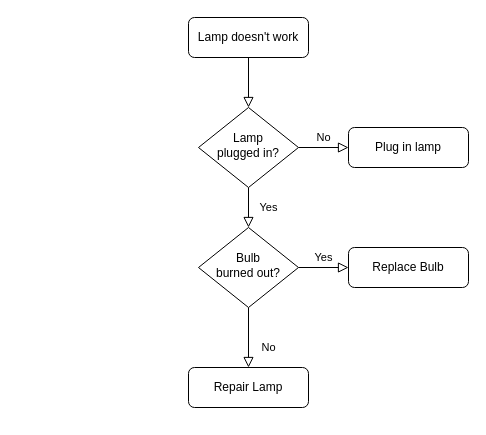
This is public/NextAuthFlow.drawio from designly1/next-auth-example, a draw.io file, before an edit. Source tidied: cells renumbered, new cells numbered last; positions are measured from the earlier drawing's top-left corner, leaving out a move shared by most shapes. Both pictures are drawn from the tidied source at 100%, with x=0, y=0 at pixel (188, 17).
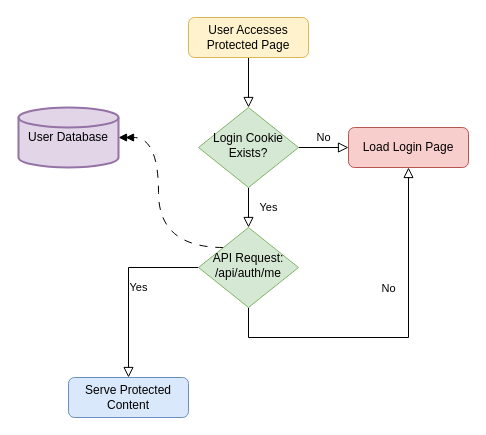
Above is the later version.

What changed in the source:
```diff
@@
 <mxGraphModel>
   <root>
     <mxCell id="0" />
     <mxCell id="1" parent="0" />
     <mxCell id="2" style="rounded=0;html=1;jettySize=auto;fontSize=11;endArrow=block;endFill=0;endSize=8;strokeWidth=1;shadow=0;labelBackgroundColor=none;edgeStyle=orthogonalEdgeStyle;" parent="1" edge="1" source="3" target="6">
       <mxGeometry relative="1" as="geometry" />
     </mxCell>
-    <mxCell id="3" value="Lamp doesn't work" style="rounded=1;whiteSpace=wrap;html=1;fontSize=12;glass=0;strokeWidth=1;shadow=0;" parent="1" vertex="1">
+    <mxCell id="3" value="User Accesses Protected Page" style="rounded=1;whiteSpace=wrap;html=1;fontSize=12;glass=0;strokeWidth=1;shadow=0;fillColor=#fff2cc;strokeColor=#d6b656;" parent="1" vertex="1">
       <mxGeometry width="120" height="40" as="geometry" />
     </mxCell>
     <mxCell id="4" value="Yes" style="rounded=0;html=1;jettySize=auto;fontSize=11;endArrow=block;endFill=0;endSize=8;strokeWidth=1;shadow=0;labelBackgroundColor=none;edgeStyle=orthogonalEdgeStyle;" parent="1" edge="1" source="6" target="10">
       <mxGeometry y="20" relative="1" as="geometry" />
     </mxCell>
     <mxCell id="5" value="No" style="edgeStyle=orthogonalEdgeStyle;rounded=0;html=1;jettySize=auto;fontSize=11;endArrow=block;endFill=0;endSize=8;strokeWidth=1;shadow=0;labelBackgroundColor=none;" parent="1" edge="1" source="6" target="7">
       <mxGeometry y="10" relative="1" as="geometry" />
     </mxCell>
-    <mxCell id="6" value="Lamp&lt;br&gt;plugged in?" style="rhombus;whiteSpace=wrap;html=1;shadow=0;fontFamily=Helvetica;fontSize=12;align=center;strokeWidth=1;spacing=6;spacingTop=-4;" parent="1" vertex="1">
+    <mxCell id="6" value="Login Cookie Exists?" style="rhombus;whiteSpace=wrap;html=1;shadow=0;fontFamily=Helvetica;fontSize=12;align=center;strokeWidth=1;spacing=6;spacingTop=-4;fillColor=#d5e8d4;strokeColor=#82b366;" parent="1" vertex="1">
       <mxGeometry x="10" y="90" width="100" height="80" as="geometry" />
     </mxCell>
-    <mxCell id="7" value="Plug in lamp" style="rounded=1;whiteSpace=wrap;html=1;fontSize=12;glass=0;strokeWidth=1;shadow=0;" parent="1" vertex="1">
+    <mxCell id="7" value="Load Login Page" style="rounded=1;whiteSpace=wrap;html=1;fontSize=12;glass=0;strokeWidth=1;shadow=0;fillColor=#f8cecc;strokeColor=#b85450;" parent="1" vertex="1">
       <mxGeometry x="160" y="110" width="120" height="40" as="geometry" />
     </mxCell>
-    <mxCell id="8" value="No" style="rounded=0;html=1;jettySize=auto;fontSize=11;endArrow=block;endFill=0;endSize=8;strokeWidth=1;shadow=0;labelBackgroundColor=none;edgeStyle=orthogonalEdgeStyle;" parent="1" edge="1" source="10" target="11">
-      <mxGeometry x="0.33" y="20" relative="1" as="geometry" />
+    <mxCell id="8" value="No" style="rounded=0;html=1;jettySize=auto;fontSize=11;endArrow=block;endFill=0;endSize=8;strokeWidth=1;shadow=0;labelBackgroundColor=none;edgeStyle=orthogonalEdgeStyle;" parent="1" edge="1" source="10">
+      <mxGeometry x="0.33" y="20" relative="1" as="geometry">
+        <mxPoint x="220" y="150" as="targetPoint" />
+        <Array as="points">
+          <mxPoint x="60" y="320" />
+          <mxPoint x="220" y="320" />
+        </Array>
+      </mxGeometry>
     </mxCell>
     <mxCell id="9" value="Yes" style="edgeStyle=orthogonalEdgeStyle;rounded=0;html=1;jettySize=auto;fontSize=11;endArrow=block;endFill=0;endSize=8;strokeWidth=1;shadow=0;labelBackgroundColor=none;" parent="1" edge="1" source="10" target="12">
       <mxGeometry y="10" relative="1" as="geometry" />
     </mxCell>
+    <mxCell id="13" style="edgeStyle=orthogonalEdgeStyle;rounded=0;jettySize=auto;html=1;exitX=0;exitY=0;exitDx=0;exitDy=0;entryX=1;entryY=0.5;entryDx=0;entryDy=0;entryPerimeter=0;curved=1;endArrow=doubleBlock;endFill=1;dashed=1;dashPattern=8 8;" parent="1" edge="1" source="10" target="14">
+      <mxGeometry relative="1" as="geometry" />
+    </mxCell>
-    <mxCell id="10" value="Bulb&lt;br&gt;burned out?" style="rhombus;whiteSpace=wrap;html=1;shadow=0;fontFamily=Helvetica;fontSize=12;align=center;strokeWidth=1;spacing=6;spacingTop=-4;" parent="1" vertex="1">
+    <mxCell id="10" value="&lt;div&gt;API Request:&lt;/div&gt;&lt;div&gt;/api/auth/me&lt;br&gt;&lt;/div&gt;" style="rhombus;whiteSpace=wrap;html=1;shadow=0;fontFamily=Helvetica;fontSize=12;align=center;strokeWidth=1;spacing=6;spacingTop=-4;fillColor=#d5e8d4;strokeColor=#82b366;" parent="1" vertex="1">
       <mxGeometry x="10" y="210" width="100" height="80" as="geometry" />
     </mxCell>
-    <mxCell id="11" value="Repair Lamp" style="rounded=1;whiteSpace=wrap;html=1;fontSize=12;glass=0;strokeWidth=1;shadow=0;" parent="1" vertex="1">
-      <mxGeometry y="350" width="120" height="40" as="geometry" />
-    </mxCell>
-    <mxCell id="12" value="Replace Bulb" style="rounded=1;whiteSpace=wrap;html=1;fontSize=12;glass=0;strokeWidth=1;shadow=0;" parent="1" vertex="1">
-      <mxGeometry x="160" y="230" width="120" height="40" as="geometry" />
+    <mxCell id="12" value="Serve Protected Content" style="rounded=1;whiteSpace=wrap;html=1;fontSize=12;glass=0;strokeWidth=1;shadow=0;fillColor=#dae8fc;strokeColor=#6c8ebf;" parent="1" vertex="1">
+      <mxGeometry x="-120" y="360" width="120" height="40" as="geometry" />
     </mxCell>
+    <mxCell id="14" value="User Database" style="strokeWidth=2;html=1;shape=mxgraph.flowchart.database;whiteSpace=wrap;fillColor=#e1d5e7;strokeColor=#9673a6;" parent="1" vertex="1">
+      <mxGeometry x="-170" y="90" width="100" height="60" as="geometry" />
+    </mxCell>
   </root>
 </mxGraphModel>
```
